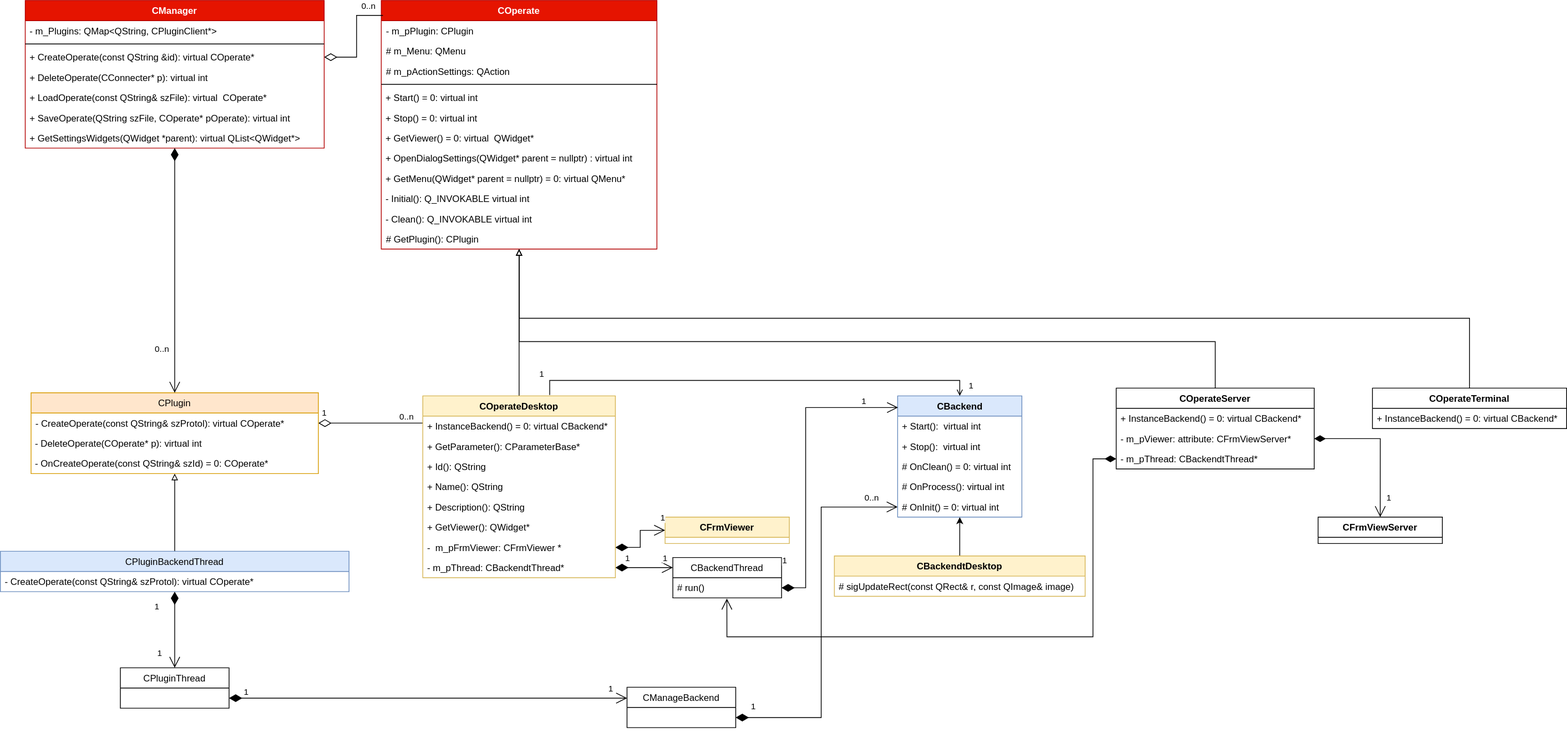
Earlier version of the draw.io export docs/Image/PluginAPI.svg (KangLin/RabbitRemoteControl). Source tidied: cells renumbered, new cells last; positions are measured from the earlier drawing's top-left corner, leaving out a move shared by most shapes.
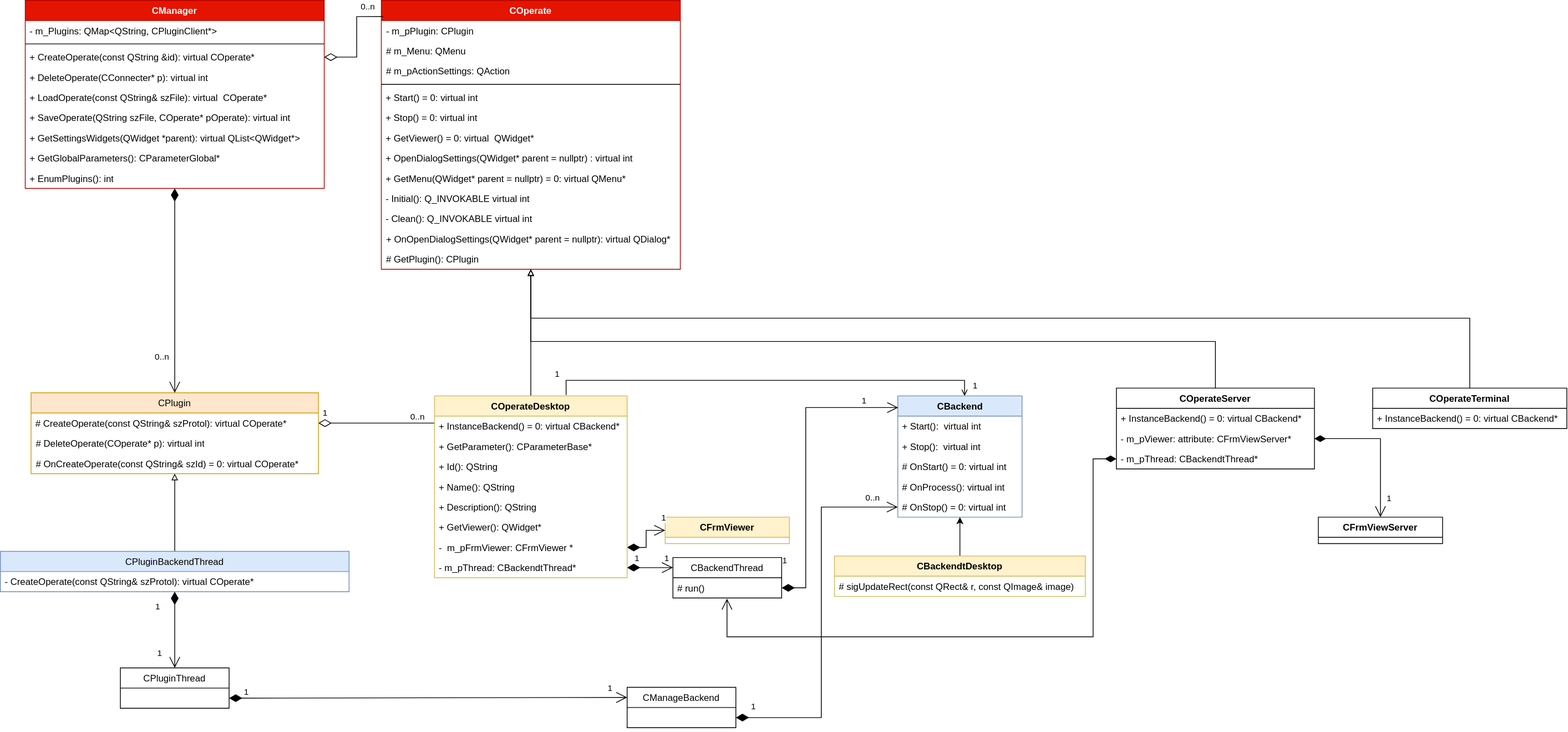
After the change.

Change to the diagram source:
```diff
@@ -3,7 +3,7 @@
     <mxCell id="0" />
     <mxCell id="1" parent="0" />
     <mxCell id="2" value="CManager" style="swimlane;fontStyle=1;align=center;verticalAlign=top;horizontal=1;startSize=26;fillColor=#e51400;fontColor=#ffffff;strokeColor=#B20000;" parent="1" vertex="1">
-      <mxGeometry x="32" width="385" height="190" as="geometry" />
+      <mxGeometry x="32" width="385" height="242" as="geometry" />
     </mxCell>
     <mxCell id="3" value="- m_Plugins: QMap&lt;QString, CPluginClient*&gt;" style="text;strokeColor=none;fillColor=none;align=left;verticalAlign=top;spacingLeft=4;spacingRight=4;overflow=hidden;" parent="2" vertex="1">
       <mxGeometry y="26" width="385" height="26" as="geometry" />
@@ -26,44 +26,53 @@
     <mxCell id="9" value="+ GetSettingsWidgets(QWidget *parent): virtual QList&amp;lt;QWidget*&amp;gt;" style="text;strokeColor=none;fillColor=none;align=left;verticalAlign=top;spacingLeft=4;spacingRight=4;overflow=hidden;whiteSpace=wrap;html=1;" parent="2" vertex="1">
       <mxGeometry y="164" width="385" height="26" as="geometry" />
     </mxCell>
+    <mxCell id="89" value="+ GetGlobalParameters():&amp;nbsp;CParameterGlobal*" style="text;strokeColor=none;fillColor=none;align=left;verticalAlign=top;spacingLeft=4;spacingRight=4;overflow=hidden;whiteSpace=wrap;html=1;" parent="2" vertex="1">
+      <mxGeometry y="190" width="385" height="26" as="geometry" />
+    </mxCell>
+    <mxCell id="90" value="+ EnumPlugins(): int" style="text;strokeColor=none;fillColor=none;align=left;verticalAlign=top;spacingLeft=4;spacingRight=4;overflow=hidden;whiteSpace=wrap;html=1;" parent="2" vertex="1">
+      <mxGeometry y="216" width="385" height="26" as="geometry" />
+    </mxCell>
     <mxCell id="10" value="COperate" style="swimlane;fontStyle=1;align=center;verticalAlign=top;horizontal=1;startSize=26;fillColor=#e51400;fontColor=#ffffff;strokeColor=#B20000;" parent="1" vertex="1">
-      <mxGeometry x="490.5" width="355" height="320" as="geometry" />
+      <mxGeometry x="490.5" width="385" height="346" as="geometry" />
     </mxCell>
     <mxCell id="11" value="- m_pPlugin: CPlugin" style="text;strokeColor=none;fillColor=none;align=left;verticalAlign=top;spacingLeft=4;spacingRight=4;overflow=hidden;whiteSpace=wrap;html=1;" parent="10" vertex="1">
-      <mxGeometry y="26" width="355" height="26" as="geometry" />
+      <mxGeometry y="26" width="385" height="26" as="geometry" />
     </mxCell>
     <mxCell id="12" value="# m_Menu: QMenu" style="text;strokeColor=none;fillColor=none;align=left;verticalAlign=top;spacingLeft=4;spacingRight=4;overflow=hidden;whiteSpace=wrap;html=1;" parent="10" vertex="1">
-      <mxGeometry y="52" width="355" height="26" as="geometry" />
+      <mxGeometry y="52" width="385" height="26" as="geometry" />
     </mxCell>
     <mxCell id="13" value="# m_pActionSettings: QAction" style="text;strokeColor=none;fillColor=none;align=left;verticalAlign=top;spacingLeft=4;spacingRight=4;overflow=hidden;whiteSpace=wrap;html=1;" parent="10" vertex="1">
-      <mxGeometry y="78" width="355" height="26" as="geometry" />
+      <mxGeometry y="78" width="385" height="26" as="geometry" />
     </mxCell>
     <mxCell id="14" style="line;strokeWidth=1;fillColor=none;align=left;verticalAlign=middle;spacingTop=-1;spacingLeft=3;spacingRight=3;labelPosition=right;" parent="10" vertex="1">
-      <mxGeometry y="104" width="355" height="8" as="geometry" />
+      <mxGeometry y="104" width="385" height="8" as="geometry" />
     </mxCell>
     <mxCell id="15" value="+ Start() = 0: virtual int" style="text;strokeColor=none;fillColor=none;align=left;verticalAlign=top;spacingLeft=4;spacingRight=4;overflow=hidden;" parent="10" vertex="1">
-      <mxGeometry y="112" width="355" height="26" as="geometry" />
+      <mxGeometry y="112" width="385" height="26" as="geometry" />
     </mxCell>
     <mxCell id="16" value="+ Stop() = 0: virtual int" style="text;strokeColor=none;fillColor=none;align=left;verticalAlign=top;spacingLeft=4;spacingRight=4;overflow=hidden;" parent="10" vertex="1">
-      <mxGeometry y="138" width="355" height="26" as="geometry" />
+      <mxGeometry y="138" width="385" height="26" as="geometry" />
     </mxCell>
     <mxCell id="17" value="+ GetViewer() = 0: virtual  QWidget*" style="text;strokeColor=none;fillColor=none;align=left;verticalAlign=top;spacingLeft=4;spacingRight=4;overflow=hidden;" parent="10" vertex="1">
-      <mxGeometry y="164" width="355" height="26" as="geometry" />
+      <mxGeometry y="164" width="385" height="26" as="geometry" />
     </mxCell>
     <mxCell id="18" value="+ OpenDialogSettings(QWidget* parent = nullptr) : virtual int" style="text;strokeColor=none;fillColor=none;align=left;verticalAlign=top;spacingLeft=4;spacingRight=4;overflow=hidden;" parent="10" vertex="1">
-      <mxGeometry y="190" width="355" height="26" as="geometry" />
+      <mxGeometry y="190" width="385" height="26" as="geometry" />
     </mxCell>
     <mxCell id="19" value="+ GetMenu(QWidget* parent = nullptr) = 0: virtual QMenu*" style="text;strokeColor=none;fillColor=none;align=left;verticalAlign=top;spacingLeft=4;spacingRight=4;overflow=hidden;" parent="10" vertex="1">
-      <mxGeometry y="216" width="355" height="26" as="geometry" />
+      <mxGeometry y="216" width="385" height="26" as="geometry" />
     </mxCell>
     <mxCell id="20" value="- Initial(): Q_INVOKABLE virtual int" style="text;strokeColor=none;fillColor=none;align=left;verticalAlign=top;spacingLeft=4;spacingRight=4;overflow=hidden;" parent="10" vertex="1">
-      <mxGeometry y="242" width="355" height="26" as="geometry" />
+      <mxGeometry y="242" width="385" height="26" as="geometry" />
     </mxCell>
     <mxCell id="21" value="- Clean(): Q_INVOKABLE virtual int" style="text;strokeColor=none;fillColor=none;align=left;verticalAlign=top;spacingLeft=4;spacingRight=4;overflow=hidden;" parent="10" vertex="1">
-      <mxGeometry y="268" width="355" height="26" as="geometry" />
+      <mxGeometry y="268" width="385" height="26" as="geometry" />
     </mxCell>
+    <mxCell id="91" value="+ OnOpenDialogSettings(QWidget* parent = nullptr):&amp;nbsp;virtual QDialog*" style="text;strokeColor=none;fillColor=none;align=left;verticalAlign=top;spacingLeft=4;spacingRight=4;overflow=hidden;whiteSpace=wrap;html=1;" parent="10" vertex="1">
+      <mxGeometry y="294" width="385" height="26" as="geometry" />
+    </mxCell>
     <mxCell id="22" value="# GetPlugin(): CPlugin" style="text;strokeColor=none;fillColor=none;align=left;verticalAlign=top;spacingLeft=4;spacingRight=4;overflow=hidden;whiteSpace=wrap;html=1;" parent="10" vertex="1">
-      <mxGeometry y="294" width="355" height="26" as="geometry" />
+      <mxGeometry y="320" width="385" height="26" as="geometry" />
     </mxCell>
     <mxCell id="23" value="CFrmViewer" style="swimlane;fontStyle=1;align=center;verticalAlign=top;horizontal=1;startSize=26;fillColor=#fff2cc;strokeColor=#d6b656;" parent="1" vertex="1">
       <mxGeometry x="856" y="665" width="160" height="34" as="geometry" />
@@ -91,13 +100,13 @@
     <mxCell id="28" value="CPlugin" style="swimlane;fontStyle=0;horizontal=1;startSize=26;fillColor=#ffe6cc;strokeColor=#d79b00;" parent="1" vertex="1">
       <mxGeometry x="39.5" y="505" width="370" height="104" as="geometry" />
     </mxCell>
-    <mxCell id="29" value="- CreateOperate(const QString&amp; szProtol): virtual COperate*" style="text;strokeColor=none;fillColor=none;align=left;verticalAlign=top;spacingLeft=4;spacingRight=4;overflow=hidden;points=[[0,0.5],[1,0.5]];portConstraint=eastwest;" parent="28" vertex="1">
+    <mxCell id="29" value="# CreateOperate(const QString&amp; szProtol): virtual COperate*" style="text;strokeColor=none;fillColor=none;align=left;verticalAlign=top;spacingLeft=4;spacingRight=4;overflow=hidden;points=[[0,0.5],[1,0.5]];portConstraint=eastwest;" parent="28" vertex="1">
       <mxGeometry y="26" width="370" height="26" as="geometry" />
     </mxCell>
-    <mxCell id="30" value="- DeleteOperate(COperate* p): virtual int" style="text;strokeColor=none;fillColor=none;align=left;verticalAlign=top;spacingLeft=4;spacingRight=4;overflow=hidden;whiteSpace=wrap;html=1;" parent="28" vertex="1">
+    <mxCell id="30" value="# DeleteOperate(COperate* p): virtual int" style="text;strokeColor=none;fillColor=none;align=left;verticalAlign=top;spacingLeft=4;spacingRight=4;overflow=hidden;whiteSpace=wrap;html=1;" parent="28" vertex="1">
       <mxGeometry y="52" width="370" height="26" as="geometry" />
     </mxCell>
-    <mxCell id="31" value="- OnCreateOperate(const QString&amp;amp; szId) = 0: COperate*" style="text;strokeColor=none;fillColor=none;align=left;verticalAlign=top;spacingLeft=4;spacingRight=4;overflow=hidden;whiteSpace=wrap;html=1;" parent="28" vertex="1">
+    <mxCell id="31" value="# OnCreateOperate(const QString&amp;amp; szId) = 0: virtual COperate*" style="text;strokeColor=none;fillColor=none;align=left;verticalAlign=top;spacingLeft=4;spacingRight=4;overflow=hidden;whiteSpace=wrap;html=1;" parent="28" vertex="1">
       <mxGeometry y="78" width="370" height="26" as="geometry" />
     </mxCell>
     <mxCell id="32" value="CBackendThread" style="swimlane;fontStyle=0;horizontal=1;startSize=26;fillColor=none;" parent="1" vertex="1">
@@ -193,11 +202,12 @@
     <mxCell id="54" value="# sigUpdateRect(const QRect&amp;amp; r, const QImage&amp;amp; image)" style="text;strokeColor=none;fillColor=none;align=left;verticalAlign=top;spacingLeft=4;spacingRight=4;overflow=hidden;whiteSpace=wrap;html=1;" parent="53" vertex="1">
       <mxGeometry y="26" width="323" height="26" as="geometry" />
     </mxCell>
-    <mxCell id="55" style="edgeStyle=orthogonalEdgeStyle;rounded=0;jettySize=auto;html=1;entryX=0.5;entryY=0;entryDx=0;entryDy=0;endArrow=open;endFill=0;exitX=0.659;exitY=-0.005;exitDx=0;exitDy=0;exitPerimeter=0;" parent="1" edge="1" source="68" target="58">
-      <mxGeometry relative="1" as="geometry">
+    <mxCell id="55" style="edgeStyle=orthogonalEdgeStyle;rounded=0;orthogonalLoop=1;jettySize=auto;html=1;entryX=0.5;entryY=0;entryDx=0;entryDy=0;endArrow=open;endFill=0;exitX=0.659;exitY=-0.005;exitDx=0;exitDy=0;exitPerimeter=0;" parent="1" edge="1">
+      <mxGeometry x="-0.06" relative="1" as="geometry">
+        <mxPoint x="728.4" y="507.8" as="sourcePoint" />
+        <mxPoint x="1241.5" y="509" as="targetPoint" />
         <Array as="points">
-          <mxPoint x="707" y="489" />
-          <mxPoint x="1236" y="489" />
+          <mxPoint x="1241.5" y="489" />
         </Array>
       </mxGeometry>
     </mxCell>
@@ -207,7 +217,7 @@
       </mxGeometry>
     </mxCell>
     <mxCell id="57" value="1" style="edgeLabel;html=1;align=center;verticalAlign=middle;" parent="55" vertex="1">
-      <mxGeometry x="0.9" relative="1" as="geometry">
+      <mxGeometry x="0.89" relative="1" as="geometry">
         <mxPoint x="23" y="6" as="offset" />
       </mxGeometry>
     </mxCell>
@@ -220,13 +230,13 @@
     <mxCell id="60" value="+ Stop():  virtual int" style="text;strokeColor=none;fillColor=none;align=left;verticalAlign=top;spacingLeft=4;spacingRight=4;overflow=hidden;" parent="58" vertex="1">
       <mxGeometry y="52" width="160" height="26" as="geometry" />
     </mxCell>
-    <mxCell id="61" value="# OnClean() = 0: virtual int" style="text;strokeColor=none;fillColor=none;align=left;verticalAlign=top;spacingLeft=4;spacingRight=4;overflow=hidden;" parent="58" vertex="1">
+    <mxCell id="61" value="# OnStart() = 0: virtual int" style="text;strokeColor=none;fillColor=none;align=left;verticalAlign=top;spacingLeft=4;spacingRight=4;overflow=hidden;" parent="58" vertex="1">
       <mxGeometry y="78" width="160" height="26" as="geometry" />
     </mxCell>
     <mxCell id="62" value="# OnProcess(): virtual  int" style="text;strokeColor=none;fillColor=none;align=left;verticalAlign=top;spacingLeft=4;spacingRight=4;overflow=hidden;" parent="58" vertex="1">
       <mxGeometry y="104" width="160" height="26" as="geometry" />
     </mxCell>
-    <mxCell id="63" value="# OnInit() = 0: virtual  int" style="text;strokeColor=none;fillColor=none;align=left;verticalAlign=top;spacingLeft=4;spacingRight=4;overflow=hidden;points=[[0,0.5],[1,0.5]];portConstraint=eastwest;" parent="58" vertex="1">
+    <mxCell id="63" value="# OnStop() = 0: virtual  int" style="text;strokeColor=none;fillColor=none;align=left;verticalAlign=top;spacingLeft=4;spacingRight=4;overflow=hidden;points=[[0,0.5],[1,0.5]];portConstraint=eastwest;" parent="58" vertex="1">
       <mxGeometry y="130" width="160" height="26" as="geometry" />
     </mxCell>
     <mxCell id="64" style="edgeStyle=orthogonalEdgeStyle;rounded=0;jettySize=auto;html=1;entryX=0.003;entryY=0.096;entryDx=0;entryDy=0;entryPerimeter=0;startArrow=diamondThin;startFill=1;endArrow=open;endFill=0;endSize=12;startSize=14;" parent="1" edge="1" source="33" target="58">
@@ -251,7 +261,7 @@
       <mxGeometry relative="1" as="geometry" />
     </mxCell>
     <mxCell id="68" value="COperateDesktop" style="swimlane;fontStyle=1;align=center;verticalAlign=top;horizontal=1;startSize=26;whiteSpace=wrap;html=1;fillColor=#fff2cc;strokeColor=#d6b656;" parent="1" vertex="1">
-      <mxGeometry x="544" y="509" width="248" height="234" as="geometry" />
+      <mxGeometry x="559" y="509" width="248" height="234" as="geometry" />
     </mxCell>
     <mxCell id="69" value="+ InstanceBackend() = 0: virtual CBackend*" style="text;strokeColor=none;fillColor=none;align=left;verticalAlign=top;spacingLeft=4;spacingRight=4;overflow=hidden;" parent="68" vertex="1">
       <mxGeometry y="26" width="248" height="26" as="geometry" />
@@ -278,10 +288,10 @@
       <mxGeometry y="208" width="248" height="26" as="geometry" />
     </mxCell>
     <mxCell id="77" style="edgeStyle=orthogonalEdgeStyle;rounded=0;jettySize=auto;html=1;endArrow=block;endFill=0;" parent="1" edge="1" source="78" target="10">
-      <mxGeometry relative="1" as="geometry">
+      <mxGeometry x="0.01" relative="1" as="geometry">
         <Array as="points">
           <mxPoint x="1892" y="409" />
-          <mxPoint x="668" y="409" />
+          <mxPoint x="683" y="409" />
         </Array>
       </mxGeometry>
     </mxCell>
@@ -292,10 +302,10 @@
       <mxGeometry y="26" width="250" height="26" as="geometry" />
     </mxCell>
     <mxCell id="80" style="edgeStyle=orthogonalEdgeStyle;rounded=0;jettySize=auto;html=1;endArrow=block;endFill=0;" parent="1" edge="1" source="81" target="10">
-      <mxGeometry relative="1" as="geometry">
+      <mxGeometry x="0.01" relative="1" as="geometry">
         <Array as="points">
-          <mxPoint x="1565" y="439" />
-          <mxPoint x="668" y="439" />
+          <mxPoint x="1564.5" y="439" />
+          <mxPoint x="683" y="439" />
         </Array>
       </mxGeometry>
     </mxCell>
```
